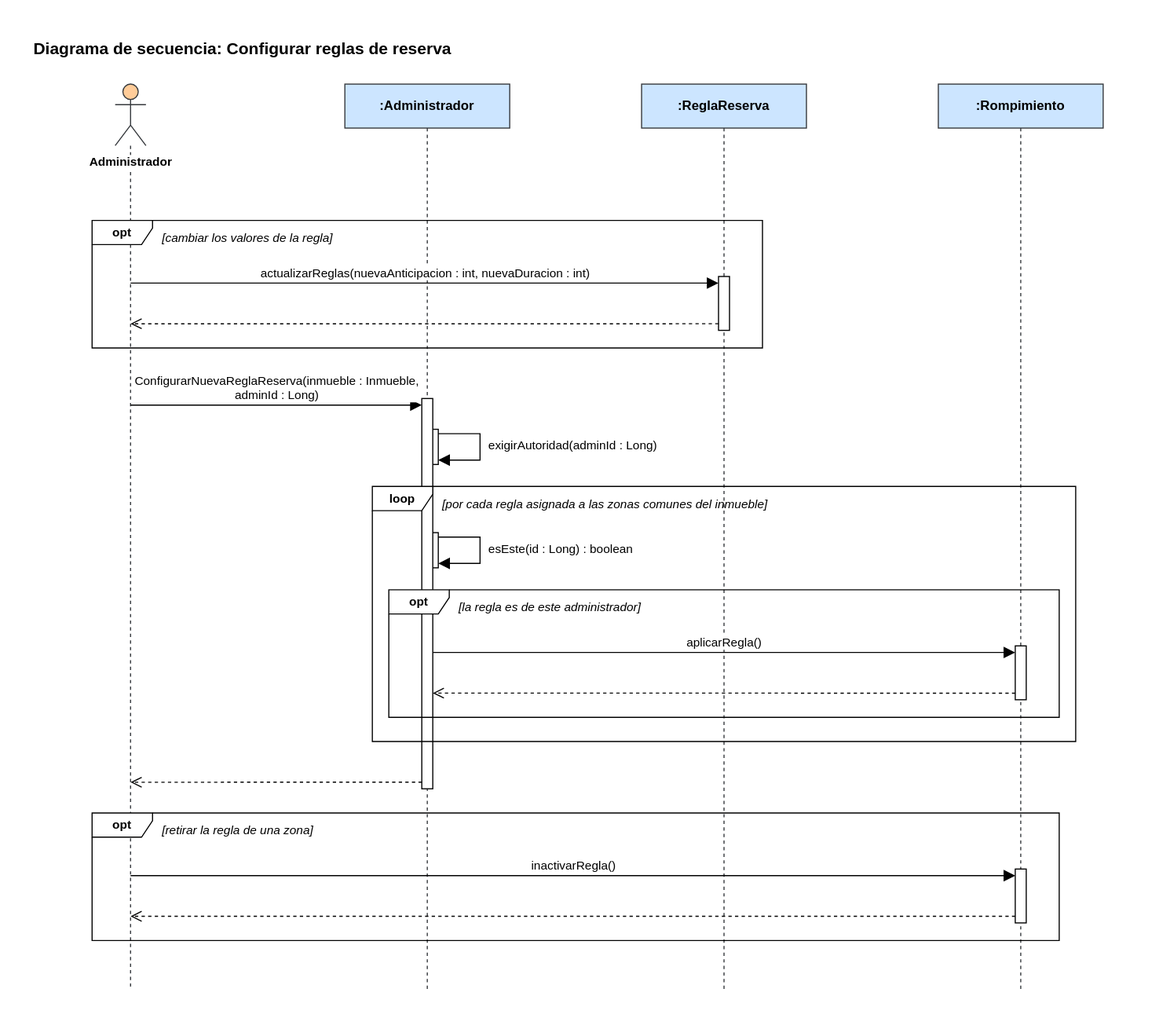
Earlier version of the draw.io export Diagramas/Secuencia/configurar-reglas-de-reserva.svg (manuel20051208/HorizontalSoftware-Back-End). Source tidied: cells renumbered, new cells last; positions are measured from the earlier drawing's top-left corner, leaving out a move shared by most shapes.
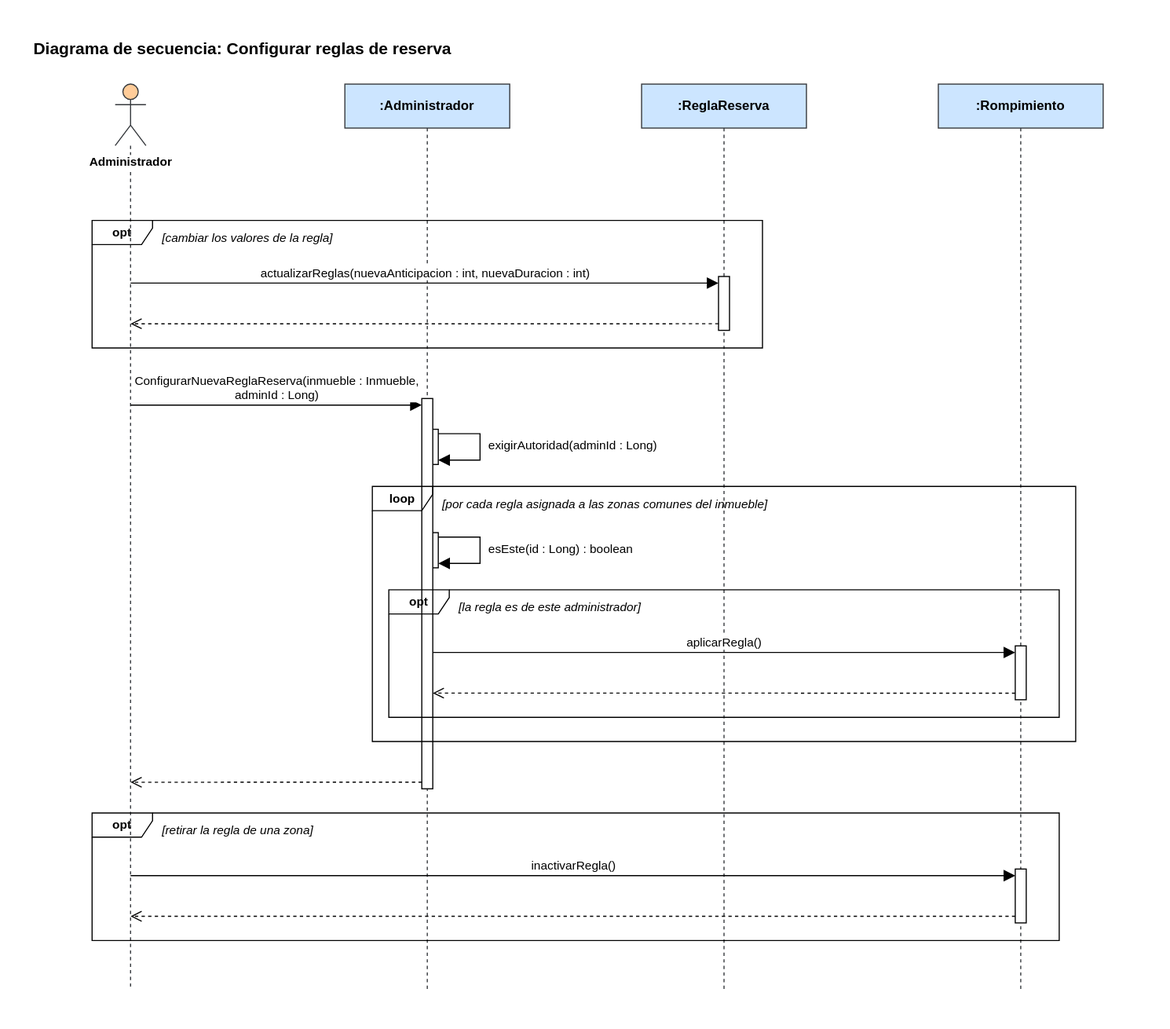
Later version of the same file.

What changed in the source:
```diff
@@ -81,16 +81,16 @@
     <mxCell id="24" value="esEste(id : Long) : boolean" style="text;html=1;align=left;verticalAlign=top;whiteSpace=wrap;overflow=hidden;fontSize=11;" parent="1" vertex="1">
       <mxGeometry x="414" y="458" width="185" height="28" as="geometry" />
     </mxCell>
-    <mxCell id="25" value="opt" style="shape=umlFrame;whiteSpace=wrap;html=1;fontStyle=1;fontSize=11;width=55;height=22;" parent="1" vertex="1">
+    <mxCell id="25" value="opt" style="shape=umlFrame;whiteSpace=wrap;html=1;fontStyle=1;fontSize=11;width=55;height=22;fillColor=none;" parent="1" vertex="1">
       <mxGeometry x="55" y="172" width="610" height="116" as="geometry" />
     </mxCell>
-    <mxCell id="26" value="opt" style="shape=umlFrame;whiteSpace=wrap;html=1;fontStyle=1;fontSize=11;width=55;height=22;" parent="1" vertex="1">
+    <mxCell id="26" value="opt" style="shape=umlFrame;whiteSpace=wrap;html=1;fontStyle=1;fontSize=11;width=55;height=22;fillColor=none;" parent="1" vertex="1">
       <mxGeometry x="325" y="508" width="610" height="116" as="geometry" />
     </mxCell>
-    <mxCell id="27" value="loop" style="shape=umlFrame;whiteSpace=wrap;html=1;fontStyle=1;fontSize=11;width=55;height=22;" parent="1" vertex="1">
+    <mxCell id="27" value="loop" style="shape=umlFrame;whiteSpace=wrap;html=1;fontStyle=1;fontSize=11;width=55;height=22;fillColor=none;" parent="1" vertex="1">
       <mxGeometry x="310" y="414" width="640" height="232" as="geometry" />
     </mxCell>
-    <mxCell id="28" value="opt" style="shape=umlFrame;whiteSpace=wrap;html=1;fontStyle=1;fontSize=11;width=55;height=22;" parent="1" vertex="1">
+    <mxCell id="28" value="opt" style="shape=umlFrame;whiteSpace=wrap;html=1;fontStyle=1;fontSize=11;width=55;height=22;fillColor=none;" parent="1" vertex="1">
       <mxGeometry x="55" y="711" width="880" height="116" as="geometry" />
     </mxCell>
     <mxCell id="29" value="[cambiar los valores de la regla]" style="text;html=1;align=left;verticalAlign=top;whiteSpace=wrap;fontSize=11;fontStyle=2;" parent="1" vertex="1">
```
